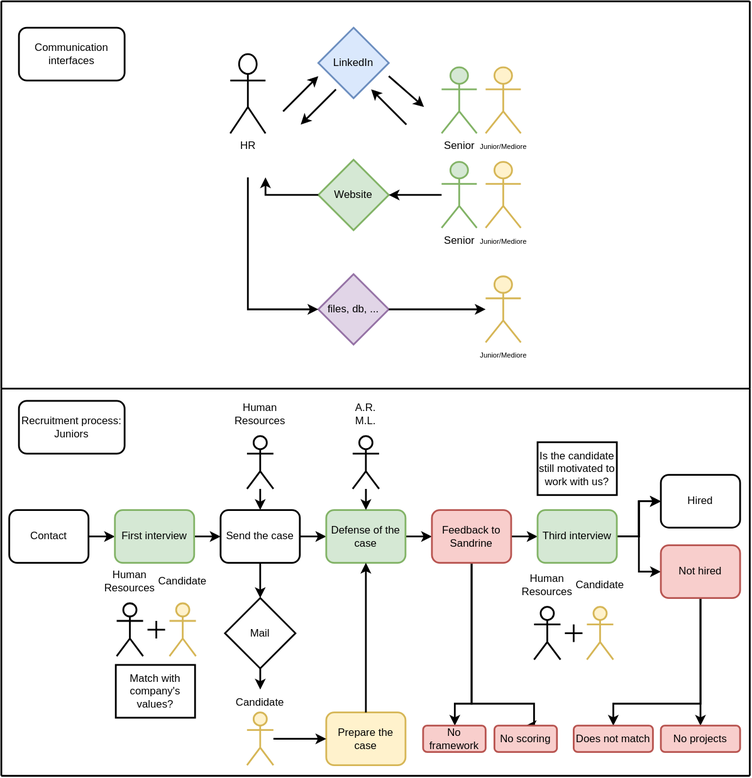
The draw.io diagram Agilos processes.drawio.svg in issamaro/issamaro.github.io, before a commit. Source tidied: cells renumbered, new cells last; positions are measured from the earlier drawing's top-left corner, leaving out a move shared by most shapes.
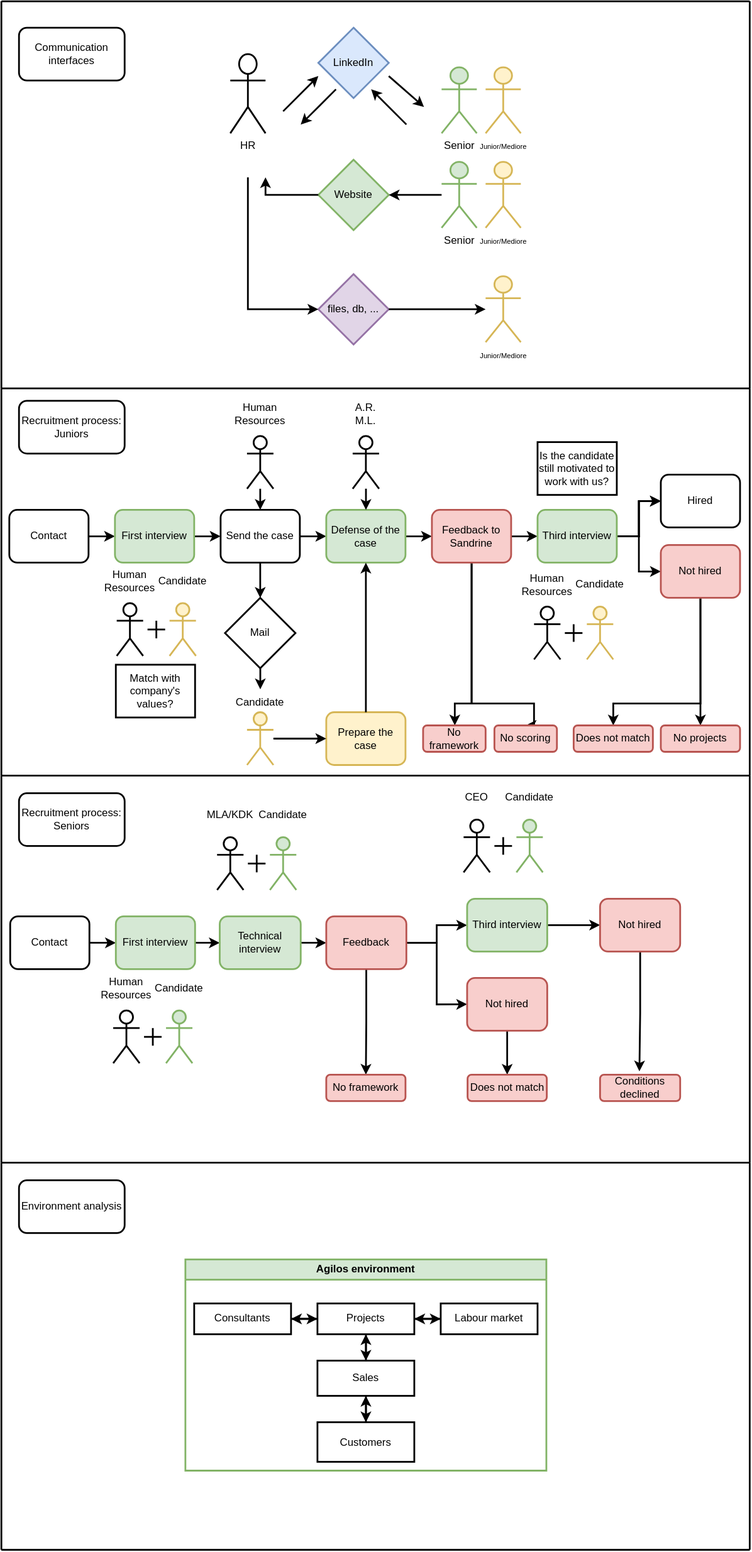
After the change.

Commit message:
Add agilos environment

What changed in the source:
```diff
@@ -344,5 +344,245 @@
         <mxPoint x="850" y="440" as="targetPoint" />
       </mxGeometry>
     </mxCell>
+    <mxCell id="90" style="endArrow=none;html=1;rounded=0;strokeWidth=2;" parent="1" edge="1">
+      <mxGeometry relative="1" as="geometry">
+        <mxPoint y="1320" as="sourcePoint" />
+        <mxPoint x="850" y="1320" as="targetPoint" />
+      </mxGeometry>
+    </mxCell>
+    <mxCell id="91" style="endArrow=none;html=1;rounded=0;strokeWidth=2;" parent="1" edge="1">
+      <mxGeometry relative="1" as="geometry">
+        <mxPoint y="1320" as="sourcePoint" />
+        <mxPoint y="880" as="targetPoint" />
+      </mxGeometry>
+    </mxCell>
+    <mxCell id="92" style="endArrow=none;html=1;rounded=0;strokeWidth=2;" parent="1" edge="1">
+      <mxGeometry relative="1" as="geometry">
+        <mxPoint x="850" y="1320" as="sourcePoint" />
+        <mxPoint x="850" y="880" as="targetPoint" />
+      </mxGeometry>
+    </mxCell>
+    <mxCell id="93" value="Recruitment process: Seniors" style="rounded=1;whiteSpace=wrap;html=1;strokeWidth=2;" parent="1" vertex="1">
+      <mxGeometry x="20" y="900" width="120" height="60" as="geometry" />
+    </mxCell>
+    <mxCell id="94" style="edgeStyle=orthogonalEdgeStyle;rounded=0;jettySize=auto;html=1;strokeWidth=2;" parent="1" edge="1" source="95" target="97">
+      <mxGeometry relative="1" as="geometry" />
+    </mxCell>
+    <mxCell id="95" value="Contact" style="rounded=1;whiteSpace=wrap;html=1;strokeWidth=2;" parent="1" vertex="1">
+      <mxGeometry x="10" y="1040" width="90" height="60" as="geometry" />
+    </mxCell>
+    <mxCell id="96" style="edgeStyle=orthogonalEdgeStyle;rounded=0;jettySize=auto;html=1;strokeWidth=2;" parent="1" edge="1" source="97" target="99">
+      <mxGeometry relative="1" as="geometry" />
+    </mxCell>
+    <mxCell id="97" value="First interview" style="whiteSpace=wrap;html=1;rounded=1;strokeWidth=2;fillColor=#d5e8d4;strokeColor=#82b366;" parent="1" vertex="1">
+      <mxGeometry x="130" y="1040" width="90" height="60" as="geometry" />
+    </mxCell>
+    <mxCell id="98" style="edgeStyle=orthogonalEdgeStyle;rounded=0;jettySize=auto;html=1;strokeWidth=2;" parent="1" edge="1" source="99" target="103">
+      <mxGeometry relative="1" as="geometry" />
+    </mxCell>
+    <mxCell id="99" value="Technical interview" style="whiteSpace=wrap;html=1;fillColor=#d5e8d4;strokeColor=#82b366;rounded=1;strokeWidth=2;" parent="1" vertex="1">
+      <mxGeometry x="248" y="1040" width="92" height="60" as="geometry" />
+    </mxCell>
+    <mxCell id="100" style="edgeStyle=orthogonalEdgeStyle;rounded=0;jettySize=auto;html=1;strokeWidth=2;" parent="1" edge="1" source="103" target="114">
+      <mxGeometry relative="1" as="geometry" />
+    </mxCell>
+    <mxCell id="101" style="edgeStyle=orthogonalEdgeStyle;rounded=0;jettySize=auto;html=1;exitX=1;exitY=0.5;exitDx=0;exitDy=0;entryX=0;entryY=0.5;entryDx=0;entryDy=0;strokeWidth=2;" parent="1" edge="1" source="103" target="138">
+      <mxGeometry relative="1" as="geometry" />
+    </mxCell>
+    <mxCell id="102" style="edgeStyle=orthogonalEdgeStyle;rounded=0;jettySize=auto;html=1;entryX=0.5;entryY=0;entryDx=0;entryDy=0;strokeWidth=2;" parent="1" edge="1" source="103" target="143">
+      <mxGeometry relative="1" as="geometry" />
+    </mxCell>
+    <mxCell id="103" value="Feedback" style="whiteSpace=wrap;html=1;rounded=1;strokeWidth=2;fillColor=#f8cecc;strokeColor=#b85450;" parent="1" vertex="1">
+      <mxGeometry x="369" y="1040" width="91" height="60" as="geometry" />
+    </mxCell>
+    <mxCell id="104" style="group;strokeWidth=2;" parent="1" vertex="1">
+      <mxGeometry x="112" y="1107" width="60" height="100" as="geometry" />
+    </mxCell>
+    <mxCell id="105" style="shape=umlActor;verticalLabelPosition=bottom;verticalAlign=top;html=1;strokeWidth=2;" parent="104" vertex="1">
+      <mxGeometry x="15" y="40" width="30" height="60" as="geometry" />
+    </mxCell>
+    <mxCell id="106" value="Human Resources" style="text;html=1;strokeColor=none;fillColor=none;align=center;verticalAlign=middle;whiteSpace=wrap;rounded=0;strokeWidth=2;" parent="104" vertex="1">
+      <mxGeometry width="60" height="30" as="geometry" />
+    </mxCell>
+    <mxCell id="107" style="group;strokeWidth=2;" parent="1" vertex="1">
+      <mxGeometry x="162" y="1167" width="20" height="20" as="geometry" />
+    </mxCell>
+    <mxCell id="108" style="endArrow=none;html=1;rounded=0;strokeWidth=2;" parent="107" edge="1">
+      <mxGeometry relative="1" as="geometry">
+        <mxPoint x="10" y="20" as="sourcePoint" />
+        <mxPoint x="10" as="targetPoint" />
+      </mxGeometry>
+    </mxCell>
+    <mxCell id="109" style="endArrow=none;html=1;rounded=0;strokeWidth=2;" parent="107" edge="1">
+      <mxGeometry relative="1" as="geometry">
+        <mxPoint x="20" y="10" as="sourcePoint" />
+        <mxPoint y="10" as="targetPoint" />
+      </mxGeometry>
+    </mxCell>
+    <mxCell id="110" style="group;strokeWidth=2;" parent="1" vertex="1">
+      <mxGeometry x="172" y="1107" width="60" height="100" as="geometry" />
+    </mxCell>
+    <mxCell id="111" style="shape=umlActor;verticalLabelPosition=bottom;verticalAlign=top;html=1;strokeWidth=2;fillColor=#d5e8d4;strokeColor=#82b366;" parent="110" vertex="1">
+      <mxGeometry x="15" y="40" width="30" height="60" as="geometry" />
+    </mxCell>
+    <mxCell id="112" value="Candidate" style="text;html=1;strokeColor=none;fillColor=none;align=center;verticalAlign=middle;whiteSpace=wrap;rounded=0;strokeWidth=2;" parent="110" vertex="1">
+      <mxGeometry width="60" height="30" as="geometry" />
+    </mxCell>
+    <mxCell id="113" style="edgeStyle=orthogonalEdgeStyle;rounded=0;jettySize=auto;html=1;entryX=0;entryY=0.5;entryDx=0;entryDy=0;strokeWidth=2;" parent="1" edge="1" source="114" target="142">
+      <mxGeometry relative="1" as="geometry" />
+    </mxCell>
+    <mxCell id="114" value="Third interview" style="whiteSpace=wrap;html=1;fillColor=#d5e8d4;strokeColor=#82b366;rounded=1;strokeWidth=2;" parent="1" vertex="1">
+      <mxGeometry x="529" y="1020" width="91" height="60" as="geometry" />
+    </mxCell>
+    <mxCell id="115" style="endArrow=none;html=1;rounded=0;strokeWidth=2;" parent="1" edge="1">
+      <mxGeometry relative="1" as="geometry">
+        <mxPoint y="1760" as="sourcePoint" />
+        <mxPoint x="850" y="1760" as="targetPoint" />
+      </mxGeometry>
+    </mxCell>
+    <mxCell id="116" style="endArrow=none;html=1;rounded=0;strokeWidth=2;" parent="1" edge="1">
+      <mxGeometry relative="1" as="geometry">
+        <mxPoint y="1760" as="sourcePoint" />
+        <mxPoint y="1320" as="targetPoint" />
+      </mxGeometry>
+    </mxCell>
+    <mxCell id="117" style="endArrow=none;html=1;rounded=0;strokeWidth=2;" parent="1" edge="1">
+      <mxGeometry relative="1" as="geometry">
+        <mxPoint x="850" y="1760" as="sourcePoint" />
+        <mxPoint x="850" y="1320" as="targetPoint" />
+      </mxGeometry>
+    </mxCell>
+    <mxCell id="118" value="Environment analysis" style="rounded=1;whiteSpace=wrap;html=1;strokeWidth=2;" parent="1" vertex="1">
+      <mxGeometry x="20" y="1340" width="120" height="60" as="geometry" />
+    </mxCell>
+    <mxCell id="119" style="group;strokeWidth=2;" parent="1" vertex="1">
+      <mxGeometry x="230" y="910" width="70" height="100" as="geometry" />
+    </mxCell>
+    <mxCell id="120" style="shape=umlActor;verticalLabelPosition=bottom;verticalAlign=top;html=1;strokeWidth=2;" parent="119" vertex="1">
+      <mxGeometry x="15" y="40" width="30" height="60" as="geometry" />
+    </mxCell>
+    <mxCell id="121" value="MLA/KDK" style="text;html=1;strokeColor=none;fillColor=none;align=center;verticalAlign=middle;whiteSpace=wrap;rounded=0;strokeWidth=2;" parent="119" vertex="1">
+      <mxGeometry width="60" height="30" as="geometry" />
+    </mxCell>
+    <mxCell id="122" style="group;strokeWidth=2;" parent="119" vertex="1">
+      <mxGeometry x="50" y="60" width="20" height="20" as="geometry" />
+    </mxCell>
+    <mxCell id="123" style="endArrow=none;html=1;rounded=0;strokeWidth=2;" parent="122" edge="1">
+      <mxGeometry relative="1" as="geometry">
+        <mxPoint x="10" y="20" as="sourcePoint" />
+        <mxPoint x="10" as="targetPoint" />
+      </mxGeometry>
+    </mxCell>
+    <mxCell id="124" style="endArrow=none;html=1;rounded=0;strokeWidth=2;" parent="122" edge="1">
+      <mxGeometry relative="1" as="geometry">
+        <mxPoint x="20" y="10" as="sourcePoint" />
+        <mxPoint y="10" as="targetPoint" />
+      </mxGeometry>
+    </mxCell>
+    <mxCell id="125" style="group;strokeWidth=2;" parent="1" vertex="1">
+      <mxGeometry x="290" y="910" width="60" height="100" as="geometry" />
+    </mxCell>
+    <mxCell id="126" style="shape=umlActor;verticalLabelPosition=bottom;verticalAlign=top;html=1;strokeWidth=2;fillColor=#d5e8d4;strokeColor=#82b366;" parent="125" vertex="1">
+      <mxGeometry x="15" y="40" width="30" height="60" as="geometry" />
+    </mxCell>
+    <mxCell id="127" value="Candidate" style="text;html=1;strokeColor=none;fillColor=none;align=center;verticalAlign=middle;whiteSpace=wrap;rounded=0;strokeWidth=2;" parent="125" vertex="1">
+      <mxGeometry width="60" height="30" as="geometry" />
+    </mxCell>
+    <mxCell id="128" style="group;strokeWidth=2;" parent="1" vertex="1">
+      <mxGeometry x="510" y="890" width="70" height="100" as="geometry" />
+    </mxCell>
+    <mxCell id="129" style="shape=umlActor;verticalLabelPosition=bottom;verticalAlign=top;html=1;strokeWidth=2;" parent="128" vertex="1">
+      <mxGeometry x="15" y="40" width="30" height="60" as="geometry" />
+    </mxCell>
+    <mxCell id="130" value="CEO" style="text;html=1;strokeColor=none;fillColor=none;align=center;verticalAlign=middle;whiteSpace=wrap;rounded=0;strokeWidth=2;" parent="128" vertex="1">
+      <mxGeometry width="60" height="30" as="geometry" />
+    </mxCell>
+    <mxCell id="131" style="group;strokeWidth=2;" parent="128" vertex="1">
+      <mxGeometry x="50" y="60" width="20" height="20" as="geometry" />
+    </mxCell>
+    <mxCell id="132" style="endArrow=none;html=1;rounded=0;strokeWidth=2;" parent="131" edge="1">
+      <mxGeometry relative="1" as="geometry">
+        <mxPoint x="10" y="20" as="sourcePoint" />
+        <mxPoint x="10" as="targetPoint" />
+      </mxGeometry>
+    </mxCell>
+    <mxCell id="133" style="endArrow=none;html=1;rounded=0;strokeWidth=2;" parent="131" edge="1">
+      <mxGeometry relative="1" as="geometry">
+        <mxPoint x="20" y="10" as="sourcePoint" />
+        <mxPoint y="10" as="targetPoint" />
+      </mxGeometry>
+    </mxCell>
+    <mxCell id="134" style="group;strokeWidth=2;" parent="1" vertex="1">
+      <mxGeometry x="570" y="890" width="60" height="100" as="geometry" />
+    </mxCell>
+    <mxCell id="135" style="shape=umlActor;verticalLabelPosition=bottom;verticalAlign=top;html=1;strokeWidth=2;fillColor=#d5e8d4;strokeColor=#82b366;" parent="134" vertex="1">
+      <mxGeometry x="15" y="40" width="30" height="60" as="geometry" />
+    </mxCell>
+    <mxCell id="136" value="Candidate" style="text;html=1;strokeColor=none;fillColor=none;align=center;verticalAlign=middle;whiteSpace=wrap;rounded=0;strokeWidth=2;" parent="134" vertex="1">
+      <mxGeometry width="60" height="30" as="geometry" />
+    </mxCell>
+    <mxCell id="137" style="edgeStyle=orthogonalEdgeStyle;rounded=0;jettySize=auto;html=1;entryX=0.5;entryY=0;entryDx=0;entryDy=0;strokeWidth=2;" parent="1" edge="1" source="138" target="139">
+      <mxGeometry relative="1" as="geometry" />
+    </mxCell>
+    <mxCell id="138" value="Not hired" style="whiteSpace=wrap;html=1;fillColor=#f8cecc;strokeColor=#b85450;rounded=1;strokeWidth=2;" parent="1" vertex="1">
+      <mxGeometry x="529" y="1110" width="91" height="60" as="geometry" />
+    </mxCell>
+    <mxCell id="139" value="Does not match" style="whiteSpace=wrap;html=1;rounded=1;strokeWidth=2;fillColor=#f8cecc;strokeColor=#b85450;" parent="1" vertex="1">
+      <mxGeometry x="529.5" y="1220" width="90" height="30" as="geometry" />
+    </mxCell>
+    <mxCell id="140" value="Conditions declined" style="whiteSpace=wrap;html=1;fillColor=#f8cecc;strokeColor=#b85450;rounded=1;strokeWidth=2;" parent="1" vertex="1">
+      <mxGeometry x="680" y="1220" width="91" height="30" as="geometry" />
+    </mxCell>
+    <mxCell id="141" style="edgeStyle=orthogonalEdgeStyle;rounded=0;jettySize=auto;html=1;entryX=0.491;entryY=-0.126;entryDx=0;entryDy=0;entryPerimeter=0;strokeWidth=2;" parent="1" edge="1" source="142" target="140">
+      <mxGeometry relative="1" as="geometry" />
+    </mxCell>
+    <mxCell id="142" value="Not hired" style="whiteSpace=wrap;html=1;fillColor=#f8cecc;strokeColor=#b85450;rounded=1;strokeWidth=2;" parent="1" vertex="1">
+      <mxGeometry x="680" y="1020" width="91" height="60" as="geometry" />
+    </mxCell>
+    <mxCell id="143" value="No framework" style="whiteSpace=wrap;html=1;rounded=1;strokeWidth=2;fillColor=#f8cecc;strokeColor=#b85450;" parent="1" vertex="1">
+      <mxGeometry x="369" y="1220" width="90" height="30" as="geometry" />
+    </mxCell>
+    <mxCell id="144" value="Agilos environment" style="swimlane;whiteSpace=wrap;html=1;strokeWidth=2;fillColor=#d5e8d4;strokeColor=#82b366;" parent="1" vertex="1">
+      <mxGeometry x="209" y="1430" width="410" height="240" as="geometry" />
+    </mxCell>
+    <mxCell id="145" style="edgeStyle=orthogonalEdgeStyle;rounded=0;jettySize=auto;html=1;entryX=0;entryY=0.5;entryDx=0;entryDy=0;strokeWidth=2;" parent="144" edge="1" source="146" target="150">
+      <mxGeometry relative="1" as="geometry" />
+    </mxCell>
+    <mxCell id="146" value="Consultants" style="rounded=0;whiteSpace=wrap;html=1;strokeWidth=2;" parent="144" vertex="1">
+      <mxGeometry x="10" y="50" width="110" height="35" as="geometry" />
+    </mxCell>
+    <mxCell id="147" style="edgeStyle=orthogonalEdgeStyle;rounded=0;jettySize=auto;html=1;entryX=1;entryY=0.5;entryDx=0;entryDy=0;strokeWidth=2;" parent="144" edge="1" source="150" target="146">
+      <mxGeometry relative="1" as="geometry" />
+    </mxCell>
+    <mxCell id="148" style="edgeStyle=orthogonalEdgeStyle;rounded=0;jettySize=auto;html=1;entryX=0;entryY=0.5;entryDx=0;entryDy=0;strokeWidth=2;" parent="144" edge="1" source="150" target="155">
+      <mxGeometry relative="1" as="geometry" />
+    </mxCell>
+    <mxCell id="149" style="edgeStyle=orthogonalEdgeStyle;rounded=0;jettySize=auto;html=1;entryX=0.5;entryY=0;entryDx=0;entryDy=0;strokeWidth=2;" parent="144" edge="1" source="150" target="153">
+      <mxGeometry relative="1" as="geometry" />
+    </mxCell>
+    <mxCell id="150" value="Projects" style="rounded=0;whiteSpace=wrap;html=1;strokeWidth=2;" parent="144" vertex="1">
+      <mxGeometry x="150" y="50" width="110" height="35" as="geometry" />
+    </mxCell>
+    <mxCell id="151" style="edgeStyle=orthogonalEdgeStyle;rounded=0;jettySize=auto;html=1;entryX=0.5;entryY=1;entryDx=0;entryDy=0;strokeWidth=2;" parent="144" edge="1" source="153" target="150">
+      <mxGeometry relative="1" as="geometry" />
+    </mxCell>
+    <mxCell id="152" style="edgeStyle=orthogonalEdgeStyle;rounded=0;jettySize=auto;html=1;entryX=0.5;entryY=0;entryDx=0;entryDy=0;strokeWidth=2;" parent="144" edge="1" source="153" target="157">
+      <mxGeometry relative="1" as="geometry" />
+    </mxCell>
+    <mxCell id="153" value="Sales" style="rounded=0;whiteSpace=wrap;html=1;strokeWidth=2;" parent="144" vertex="1">
+      <mxGeometry x="150" y="115" width="110" height="40" as="geometry" />
+    </mxCell>
+    <mxCell id="154" style="edgeStyle=orthogonalEdgeStyle;rounded=0;jettySize=auto;html=1;entryX=1;entryY=0.5;entryDx=0;entryDy=0;strokeWidth=2;" parent="144" edge="1" source="155" target="150">
+      <mxGeometry relative="1" as="geometry" />
+    </mxCell>
+    <mxCell id="155" value="Labour market" style="rounded=0;whiteSpace=wrap;html=1;strokeWidth=2;" parent="144" vertex="1">
+      <mxGeometry x="290" y="50" width="110" height="35" as="geometry" />
+    </mxCell>
+    <mxCell id="156" style="edgeStyle=orthogonalEdgeStyle;rounded=0;jettySize=auto;html=1;entryX=0.5;entryY=1;entryDx=0;entryDy=0;strokeWidth=2;" parent="144" edge="1" source="157" target="153">
+      <mxGeometry relative="1" as="geometry" />
+    </mxCell>
+    <mxCell id="157" value="Customers" style="rounded=0;whiteSpace=wrap;html=1;strokeWidth=2;" parent="144" vertex="1">
+      <mxGeometry x="150" y="185" width="110" height="45" as="geometry" />
+    </mxCell>
   </root>
 </mxGraphModel>
```
